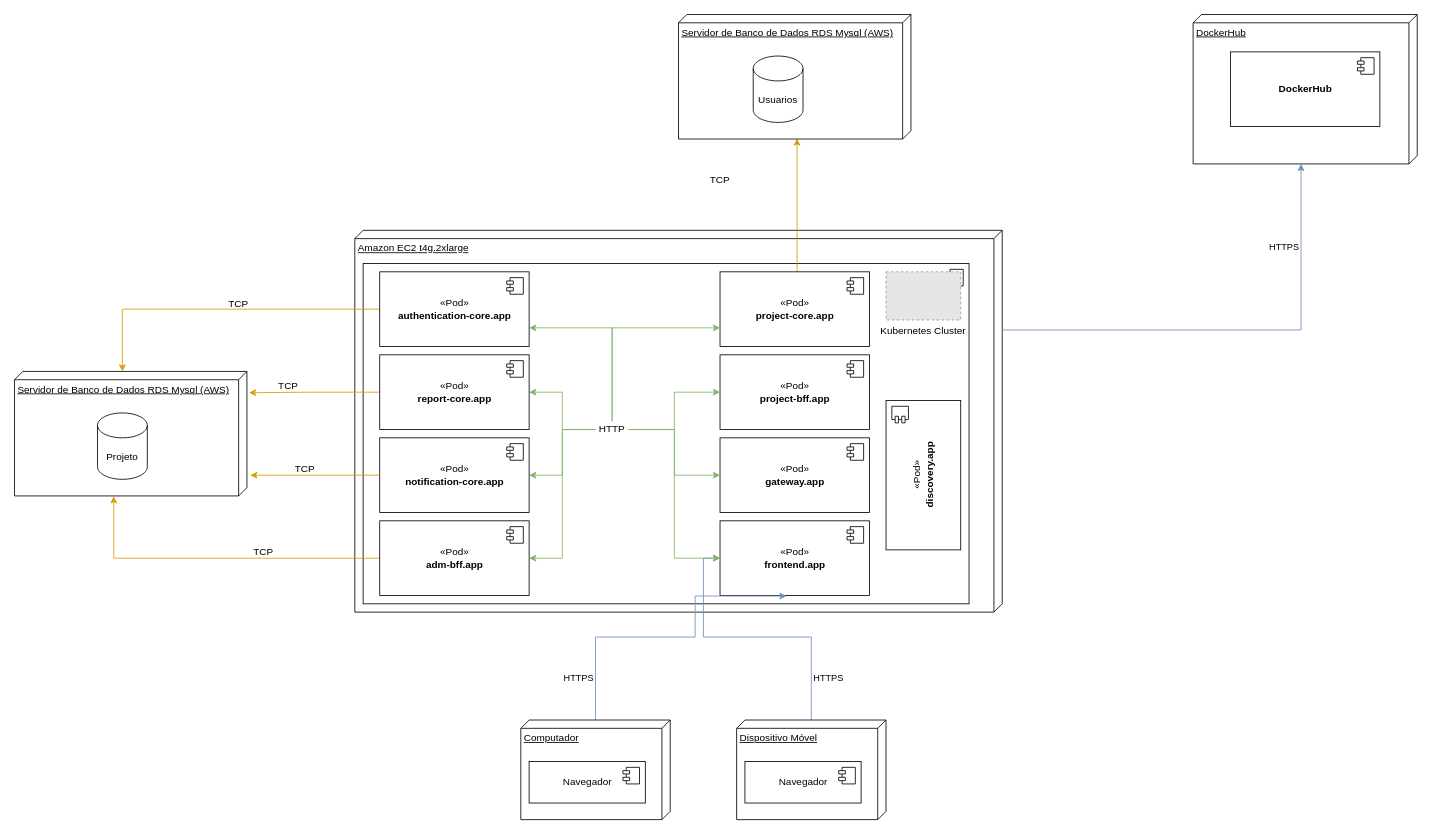
The draw.io diagram Diagramas/diagrama-de-implantacao.drawio in akademicmensch/puc-engenharia-de-software, before the edit. Source tidied: cells renumbered, new cells numbered last; positions are measured from the earlier drawing's top-left corner, leaving out a move shared by most shapes. Both pictures are drawn from the tidied source at 83%, with x=0, y=0 at pixel (14, 14). Pictures stored in the file or linked from it are replaced by grey dashed boxes.
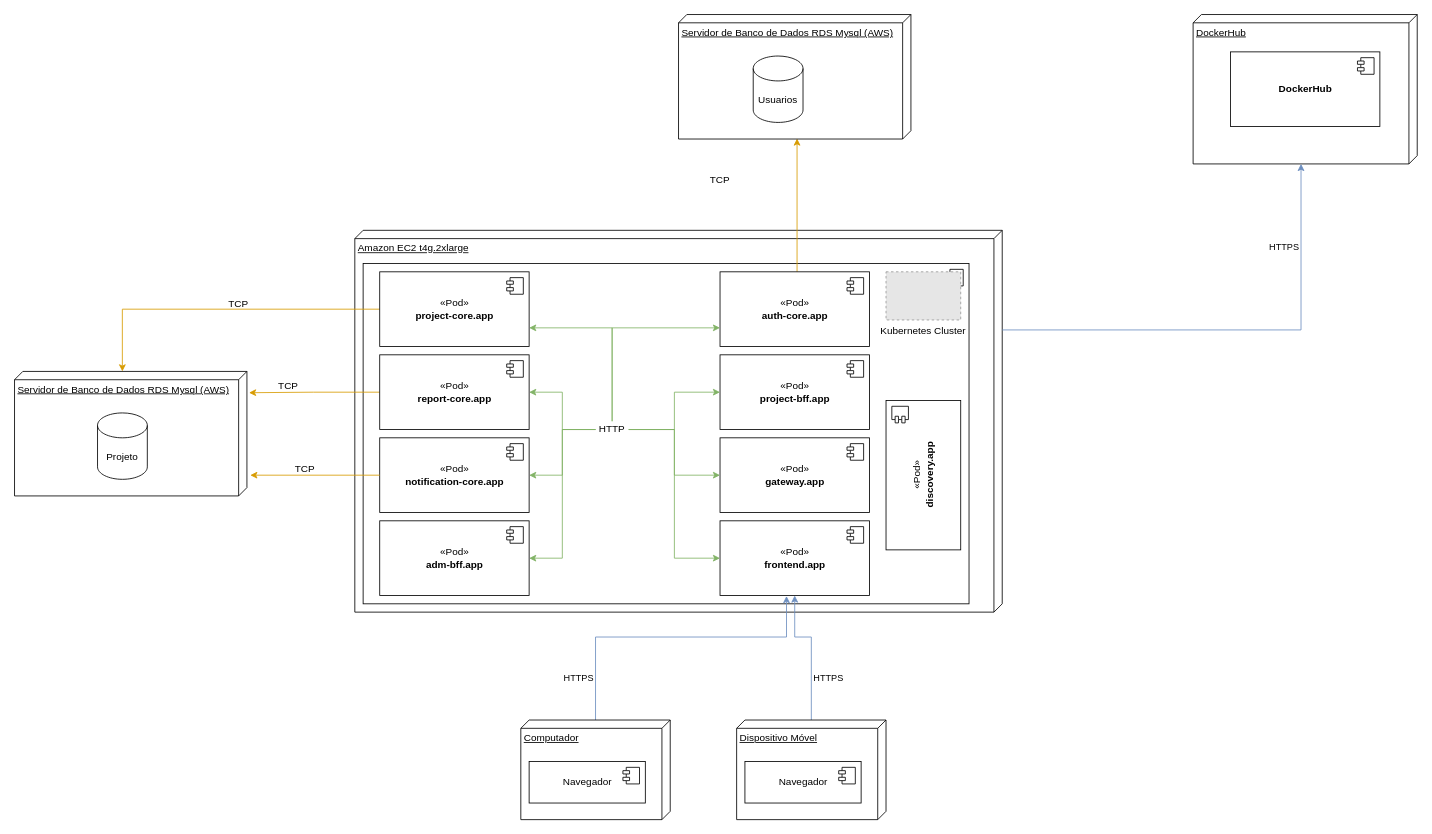
The same diagram, later.

Commit message (it also covers changes not shown here):
updating deploy diagram

Unchanged cells that the change refers to:
```xml
<mxCell id="2" value="Servidor de Banco de Dados RDS Mysql (AWS)" style="verticalAlign=top;align=left;spacingTop=8;spacingLeft=2;spacingRight=12;shape=cube;size=10;direction=south;fontStyle=4;html=1;" parent="1" vertex="1">
  <mxGeometry y="430" width="280" height="150" as="geometry" />
</mxCell>
<mxCell id="13" value="«Pod»&lt;br&gt;&lt;b&gt;adm-bff.app&lt;/b&gt;" style="html=1;" parent="1" vertex="1">
  <mxGeometry x="440" y="610" width="180" height="90" as="geometry" />
</mxCell>
<mxCell id="25" value="«Pod»&lt;br&gt;&lt;b&gt;frontend.app&lt;/b&gt;" style="html=1;" parent="1" vertex="1">
  <mxGeometry x="850" y="610" width="180" height="90" as="geometry" />
</mxCell>
<mxCell id="36" value="Computador" style="verticalAlign=top;align=left;spacingTop=8;spacingLeft=2;spacingRight=12;shape=cube;size=10;direction=south;fontStyle=4;html=1;" parent="1" vertex="1">
  <mxGeometry x="610" y="850" width="180" height="120" as="geometry" />
</mxCell>
<mxCell id="38" value="Dispositivo Móvel" style="verticalAlign=top;align=left;spacingTop=8;spacingLeft=2;spacingRight=12;shape=cube;size=10;direction=south;fontStyle=4;html=1;" parent="1" vertex="1">
  <mxGeometry x="870" y="850" width="180" height="120" as="geometry" />
</mxCell>
```

The edit, as a diff of the source:
```diff
@@
-    <mxCell id="12" style="edgeStyle=orthogonalEdgeStyle;rounded=0;jettySize=auto;html=1;entryX=1.003;entryY=0.573;entryDx=0;entryDy=0;entryPerimeter=0;fillColor=#ffe6cc;strokeColor=#d79b00;" parent="1" edge="1" source="13" target="2">
-      <mxGeometry relative="1" as="geometry">
-        <Array as="points">
-          <mxPoint x="120" y="655" />
-        </Array>
-      </mxGeometry>
-    </mxCell>
@@
-    <mxCell id="18" value="«Pod»&lt;br&gt;&lt;b&gt;authentication-core.app&lt;/b&gt;" style="html=1;" parent="1" vertex="1">
+    <mxCell id="18" value="«Pod»&lt;br&gt;&lt;b&gt;project-core.app&lt;/b&gt;" style="html=1;" parent="1" vertex="1">
       <mxGeometry x="440" y="310" width="180" height="90" as="geometry" />
     </mxCell>
@@
-    <mxCell id="21" value="«Pod»&lt;br&gt;&lt;b&gt;project-core.app&lt;/b&gt;" style="html=1;" parent="1" vertex="1">
+    <mxCell id="21" value="«Pod»&lt;br&gt;&lt;b&gt;auth-core.app&lt;/b&gt;" style="html=1;" parent="1" vertex="1">
       <mxGeometry x="850" y="310" width="180" height="90" as="geometry" />
     </mxCell>
@@
-    <mxCell id="34" value="TCP" style="text;html=1;strokeColor=none;fillColor=none;align=center;verticalAlign=middle;whiteSpace=wrap;rounded=0;" parent="1" vertex="1">
-      <mxGeometry x="280" y="638" width="40" height="20" as="geometry" />
-    </mxCell>
     <mxCell id="35" style="edgeStyle=orthogonalEdgeStyle;rounded=0;jettySize=auto;html=1;entryX=0.445;entryY=1.007;entryDx=0;entryDy=0;entryPerimeter=0;fillColor=#dae8fc;strokeColor=#6c8ebf;" parent="1" edge="1" source="36" target="25">
       <mxGeometry relative="1" as="geometry">
         <Array as="points">
           <mxPoint x="700" y="750" />
-          <mxPoint x="820" y="750" />
+          <mxPoint x="930" y="750" />
         </Array>
       </mxGeometry>
     </mxCell>
@@
     <mxCell id="37" style="edgeStyle=orthogonalEdgeStyle;rounded=0;jettySize=auto;html=1;fillColor=#dae8fc;strokeColor=#6c8ebf;" parent="1" edge="1" source="38" target="25">
       <mxGeometry relative="1" as="geometry">
         <Array as="points">
           <mxPoint x="960" y="750" />
-          <mxPoint x="830" y="750" />
+          <mxPoint x="940" y="750" />
         </Array>
       </mxGeometry>
     </mxCell>
```
